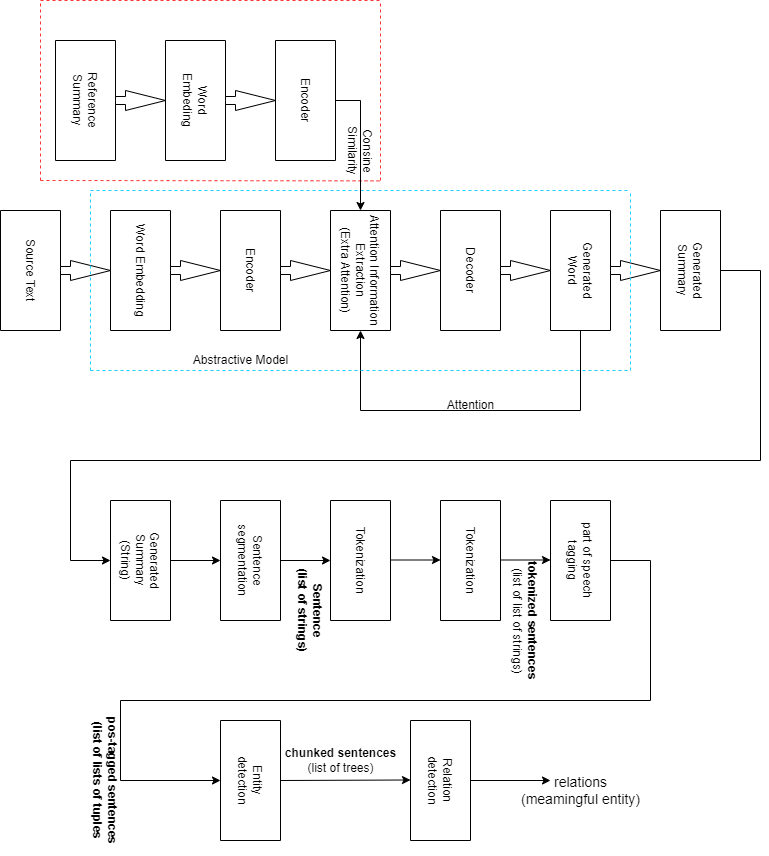
Above: abstractive.drawio.png in thesourabhk/finalYearProject (draw.io), before the change. Source tidied: cells renumbered, new cells last; positions are measured from the earlier drawing's top-left corner, leaving out a move shared by most shapes.
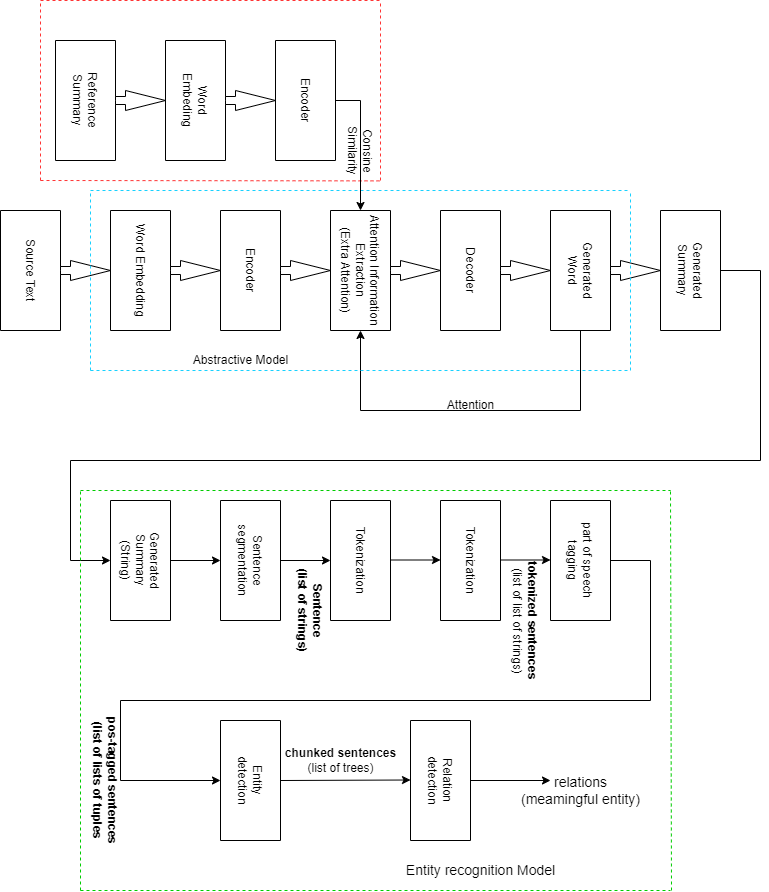
After the change.

Change to the diagram source:
```diff
@@ -216,5 +216,35 @@
     <mxCell id="53" value="&lt;font style=&quot;font-size: 14px;&quot;&gt;relations&lt;br&gt;(meamingful entity)&lt;/font&gt;" style="text;html=1;align=center;verticalAlign=middle;strokeColor=none;fillColor=none;" parent="1" vertex="1">
       <mxGeometry x="540" y="765" width="140" height="50" as="geometry" />
     </mxCell>
+    <mxCell id="54" style="endArrow=none;dashed=1;html=1;rounded=0;strokeColor=#00CC00;" parent="1" edge="1">
+      <mxGeometry relative="1" as="geometry">
+        <mxPoint x="110" y="490" as="sourcePoint" />
+        <mxPoint x="700" y="490" as="targetPoint" />
+      </mxGeometry>
+    </mxCell>
+    <mxCell id="55" style="endArrow=none;dashed=1;html=1;rounded=0;strokeColor=#00CC00;" parent="1" edge="1">
+      <mxGeometry relative="1" as="geometry">
+        <mxPoint x="110" y="890" as="sourcePoint" />
+        <mxPoint x="700" y="890" as="targetPoint" />
+        <Array as="points">
+          <mxPoint x="400" y="890" />
+        </Array>
+      </mxGeometry>
+    </mxCell>
+    <mxCell id="56" style="endArrow=none;dashed=1;html=1;rounded=0;strokeColor=#00CC00;" parent="1" edge="1">
+      <mxGeometry relative="1" as="geometry">
+        <mxPoint x="110" y="890" as="sourcePoint" />
+        <mxPoint x="110" y="490" as="targetPoint" />
+      </mxGeometry>
+    </mxCell>
+    <mxCell id="57" style="endArrow=none;dashed=1;html=1;rounded=0;strokeColor=#00CC00;" parent="1" edge="1">
+      <mxGeometry relative="1" as="geometry">
+        <mxPoint x="701" y="890" as="sourcePoint" />
+        <mxPoint x="700" y="490" as="targetPoint" />
+      </mxGeometry>
+    </mxCell>
+    <mxCell id="58" value="Entity recognition Model" style="text;html=1;align=center;verticalAlign=middle;strokeColor=none;fillColor=none;fontSize=14;" parent="1" vertex="1">
+      <mxGeometry x="425" y="855" width="170" height="30" as="geometry" />
+    </mxCell>
   </root>
 </mxGraphModel>
```
